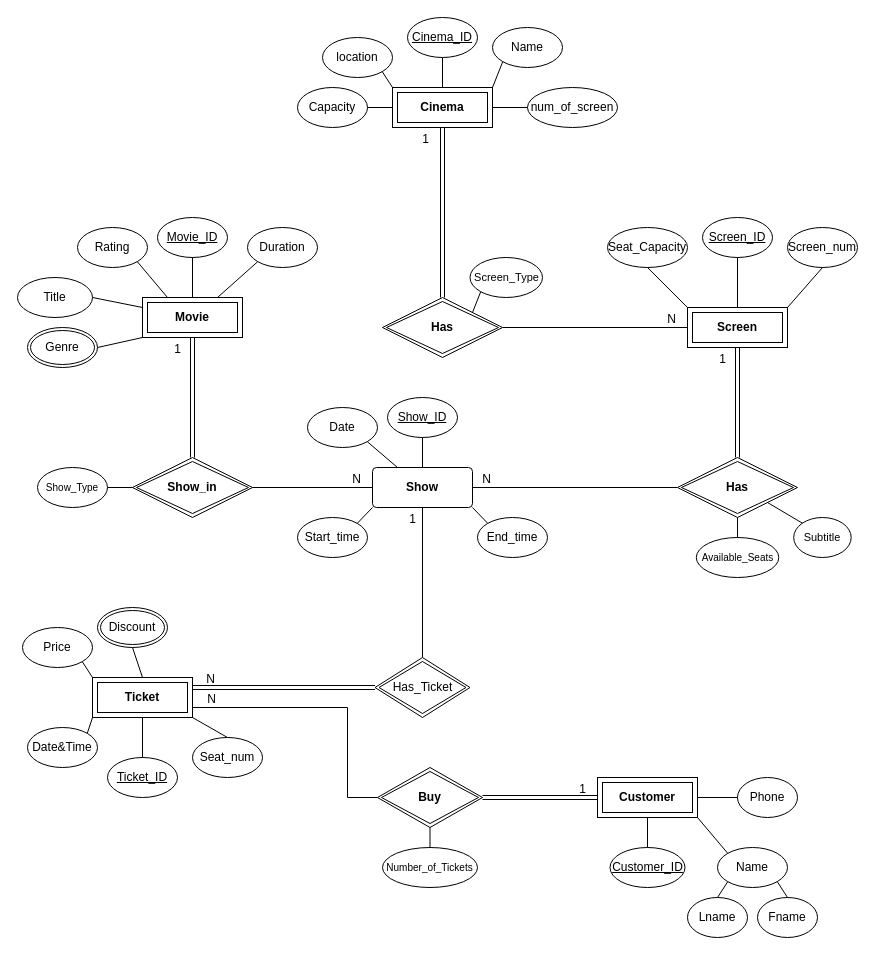
Above: Untitled Diagram.drawio in R-Zarei/Cinema-db (draw.io), before the change. Source tidied: cells renumbered, new cells numbered last; positions are measured from the earlier drawing's top-left corner, leaving out a move shared by most shapes. Both pictures are drawn from the tidied source at 100%, with x=0, y=0 at pixel (17, 17).
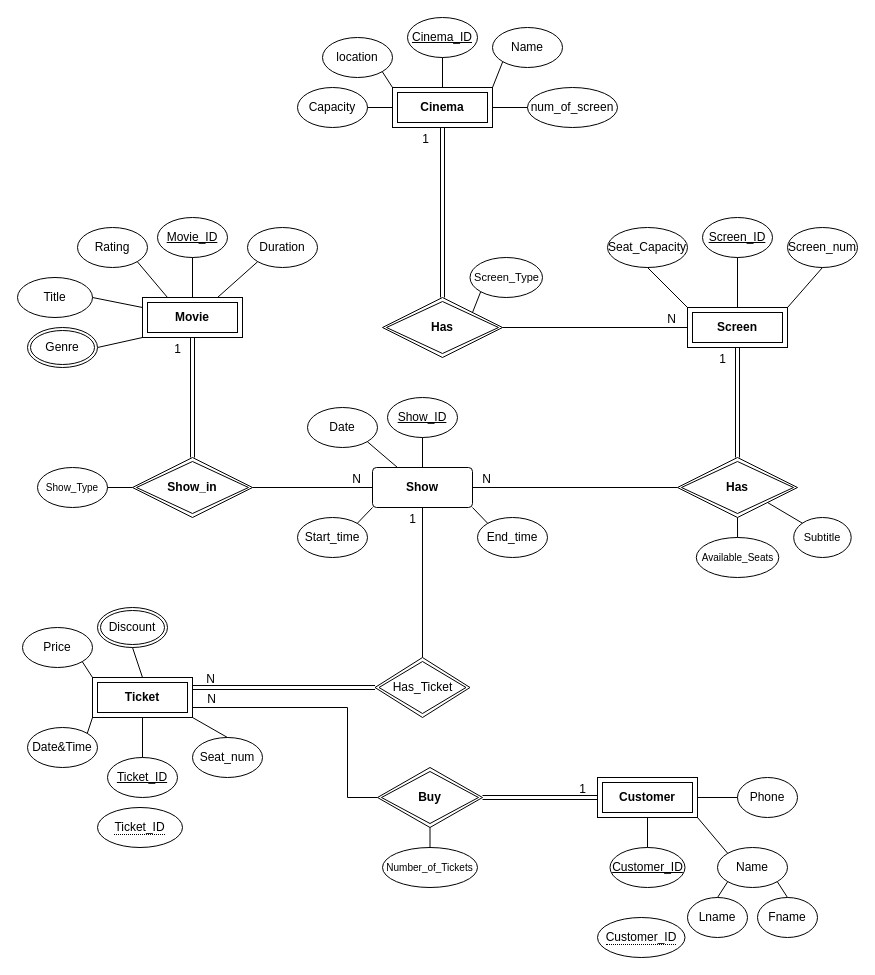
After the change.

Commit message:
add weak key

Change to the diagram source:
```diff
@@
+    <mxCell id="98" value="&lt;span style=&quot;border-bottom: 1px dotted&quot;&gt;Ticket_ID&lt;/span&gt;" style="ellipse;whiteSpace=wrap;html=1;align=center;fillStyle=auto;strokeColor=default;verticalAlign=middle;fontFamily=Helvetica;fontSize=12;fontColor=default;fillColor=default;gradientColor=none;" parent="1" vertex="1">
+      <mxGeometry x="80" y="790" width="85" height="40" as="geometry" />
+    </mxCell>
+    <mxCell id="99" value="&lt;span style=&quot;border-bottom: 1px dotted&quot;&gt;Customer_ID&lt;/span&gt;" style="ellipse;whiteSpace=wrap;html=1;align=center;fillStyle=auto;strokeColor=default;verticalAlign=middle;fontFamily=Helvetica;fontSize=12;fontColor=default;fillColor=default;gradientColor=none;" parent="1" vertex="1">
+      <mxGeometry x="580" y="900" width="87.5" height="40" as="geometry" />
+    </mxCell>
```
